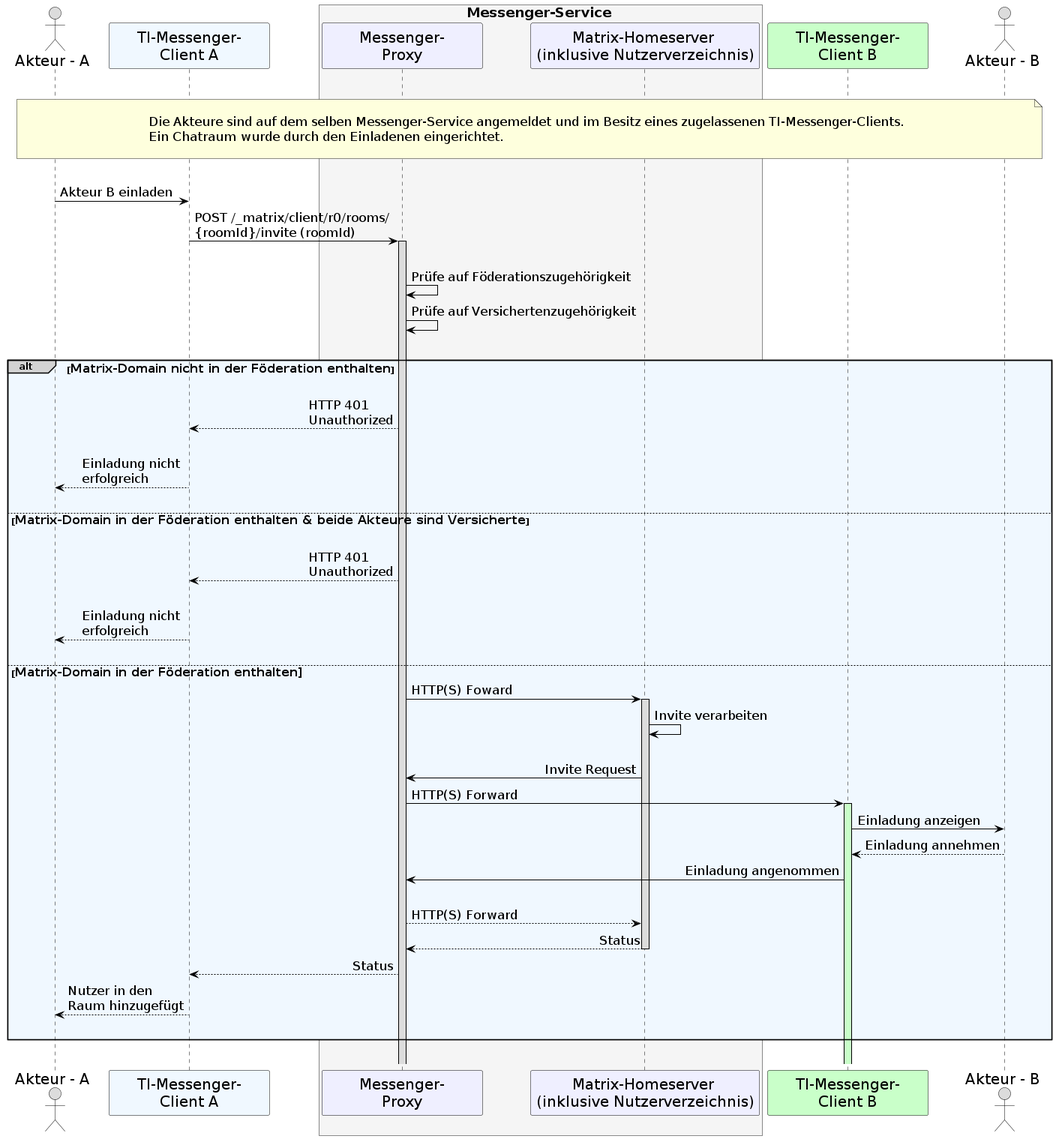
This is images/diagrams/TI-Messenger-Dienst/Ressourcen/epa_UC_10104_Seq.png from gematik/api-ti-messenger, a PlantUML export, as it was before one commit.
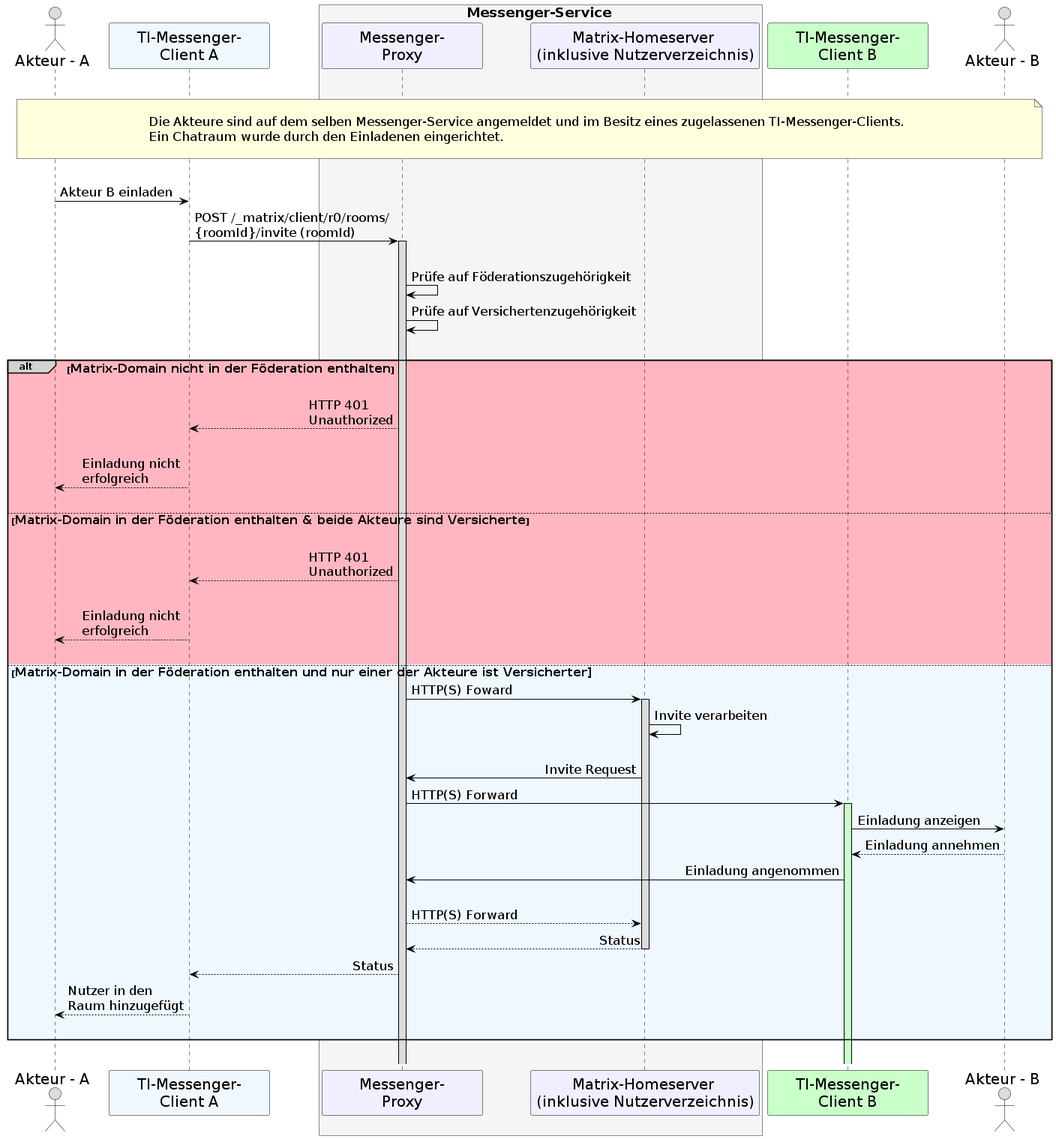
Later version of the same file.

Commit message:
Commit from GitHub Actions (GeneratePlantumlImages)

Change to the diagram source:
```diff
@@ -45,7 +45,7 @@
       MP->MP: Prüfe auf Versichertenzugehörigkeit
     |||
 
-    alt#LightGrey #AliceBlue <size:16>Matrix-Domain nicht in der Föderation enthalten</size>
+    alt#LightGrey #LightPink <size:16>Matrix-Domain nicht in der Föderation enthalten</size>
       |||
       MP-->C1: HTTP 401 \nUnauthorized
       |||
@@ -59,7 +59,7 @@
       C1-->U1: Einladung nicht \nerfolgreich
       |||
 
-      else <size:16>Matrix-Domain in der Föderation enthalten
+      else #AliceBlue <size:16>Matrix-Domain in der Föderation enthalten und nur einer der Akteure ist Versicherter
       MP->MH: HTTP(S) Foward
         activate MH
       MH->MH: Invite verarbeiten
```
